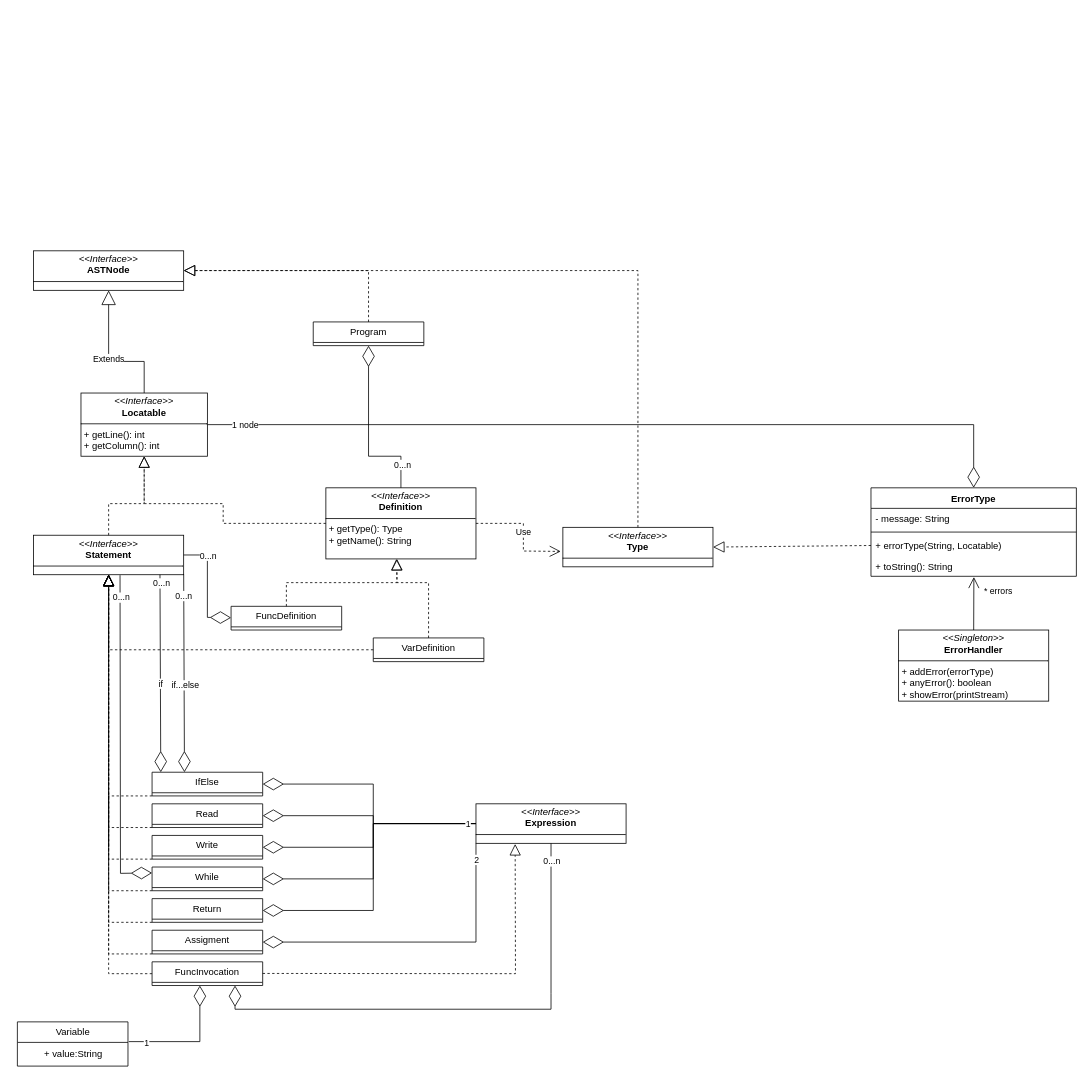
Earlier version of the draw.io diagram uml/Statements.drawio (MGP-71/DLP_UO277574_2024-25). Source tidied: cells renumbered, new cells numbered last; positions are measured from the earlier drawing's top-left corner, leaving out a move shared by most shapes. Both pictures are drawn from the tidied source at 79%, with x=0, y=0 at pixel (17, 250).
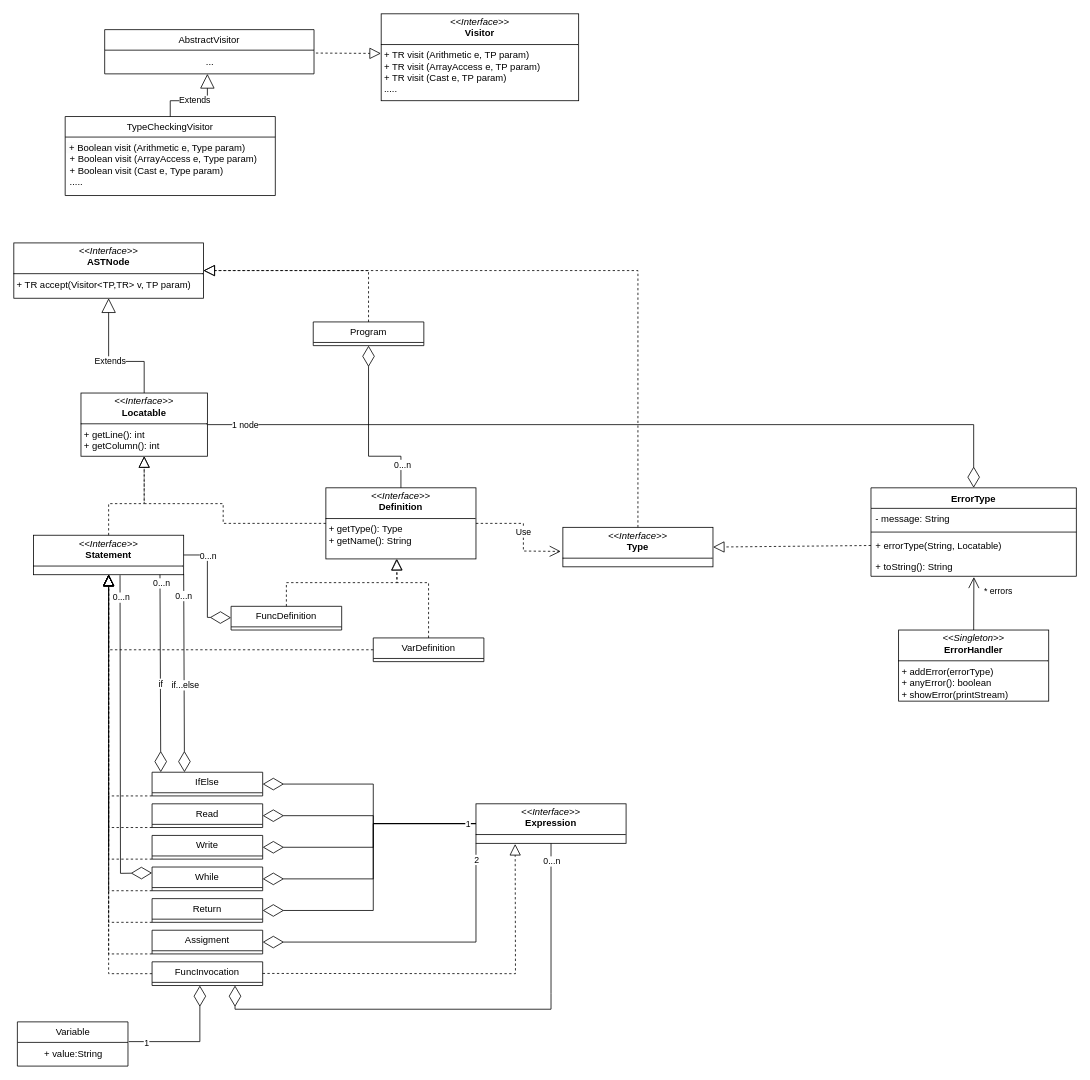
After the change.

What changed in the source:
```diff
@@
-    <mxCell id="2" value="&lt;p style=&quot;margin:0px;margin-top:4px;text-align:center;&quot;&gt;&lt;i&gt;&amp;lt;&amp;lt;Interface&amp;gt;&amp;gt;&lt;/i&gt;&lt;br&gt;&lt;b&gt;ASTNode&lt;/b&gt;&lt;/p&gt;&lt;hr size=&quot;1&quot; style=&quot;border-style:solid;&quot;&gt;&lt;p style=&quot;margin:0px;margin-left:4px;&quot;&gt;&lt;br&gt;&lt;/p&gt;" style="verticalAlign=top;align=left;overflow=fill;html=1;whiteSpace=wrap;" parent="1" vertex="1">
-      <mxGeometry x="20" width="190" height="50" as="geometry" />
+    <mxCell id="2" value="&lt;p style=&quot;margin:0px;margin-top:4px;text-align:center;&quot;&gt;&lt;i&gt;&amp;lt;&amp;lt;Interface&amp;gt;&amp;gt;&lt;/i&gt;&lt;br&gt;&lt;b&gt;ASTNode&lt;/b&gt;&lt;/p&gt;&lt;hr size=&quot;1&quot; style=&quot;border-style:solid;&quot;&gt;&lt;p style=&quot;margin:0px;margin-left:4px;&quot;&gt;+ TR accept(Visitor&amp;lt;TP,TR&amp;gt; v, TP param)&lt;/p&gt;" style="verticalAlign=top;align=left;overflow=fill;html=1;whiteSpace=wrap;" parent="1" vertex="1">
+      <mxGeometry x="-5" y="-10" width="240" height="70" as="geometry" />
     </mxCell>
@@
+    <mxCell id="73" value="&lt;p style=&quot;margin:0px;margin-top:4px;text-align:center;&quot;&gt;&lt;i&gt;&amp;lt;&amp;lt;Interface&amp;gt;&amp;gt;&lt;/i&gt;&lt;br&gt;&lt;b&gt;Visitor&lt;/b&gt;&lt;/p&gt;&lt;hr size=&quot;1&quot; style=&quot;border-style:solid;&quot;&gt;&lt;p style=&quot;margin:0px;margin-left:4px;&quot;&gt;+ TR visit (Arithmetic e, TP param&lt;span style=&quot;background-color: transparent; color: light-dark(rgb(0, 0, 0), rgb(255, 255, 255));&quot;&gt;)&lt;/span&gt;&lt;/p&gt;&lt;p style=&quot;margin:0px;margin-left:4px;&quot;&gt;+ TR visit (ArrayAccess e, TP param&lt;span style=&quot;color: light-dark(rgb(0, 0, 0), rgb(255, 255, 255)); background-color: transparent;&quot;&gt;)&lt;/span&gt;&lt;span style=&quot;background-color: transparent; color: light-dark(rgb(0, 0, 0), rgb(255, 255, 255));&quot;&gt;&lt;/span&gt;&lt;/p&gt;&lt;p style=&quot;margin:0px;margin-left:4px;&quot;&gt;+ TR visit (Cast e, TP param&lt;span style=&quot;color: light-dark(rgb(0, 0, 0), rgb(255, 255, 255)); background-color: transparent;&quot;&gt;)&lt;/span&gt;&lt;/p&gt;&lt;p style=&quot;margin:0px;margin-left:4px;&quot;&gt;&lt;span style=&quot;color: light-dark(rgb(0, 0, 0), rgb(255, 255, 255)); background-color: transparent;&quot;&gt;.....&lt;/span&gt;&lt;/p&gt;" style="verticalAlign=top;align=left;overflow=fill;html=1;whiteSpace=wrap;" parent="1" vertex="1">
+      <mxGeometry x="460" y="-300" width="250" height="110" as="geometry" />
+    </mxCell>
+    <mxCell id="74" style="endArrow=block;dashed=1;endFill=0;endSize=12;html=1;rounded=0;exitX=1.009;exitY=0.122;exitDx=0;exitDy=0;exitPerimeter=0;entryX=-0.001;entryY=0.456;entryDx=0;entryDy=0;entryPerimeter=0;" parent="1" edge="1" source="76" target="73">
+      <mxGeometry relative="1" as="geometry" />
+    </mxCell>
+    <mxCell id="75" value="AbstractVisitor" style="swimlane;fontStyle=0;horizontal=1;startSize=26;fillColor=none;whiteSpace=wrap;html=1;" parent="1" vertex="1">
+      <mxGeometry x="110" y="-280" width="265" height="56" as="geometry" />
+    </mxCell>
+    <mxCell id="76" value="..." style="text;html=1;align=center;verticalAlign=middle;points=[];strokeColor=none;fillColor=none;" parent="75" vertex="1">
+      <mxGeometry y="26" width="265" height="30" as="geometry" />
+    </mxCell>
+    <mxCell id="77" value="TypeCheckingVisitor" style="swimlane;fontStyle=0;horizontal=1;startSize=26;fillColor=none;whiteSpace=wrap;html=1;" parent="1" vertex="1">
+      <mxGeometry x="60" y="-170" width="266" height="100" as="geometry" />
+    </mxCell>
+    <mxCell id="78" value="&lt;span style=&quot;color: rgb(0, 0, 0); font-family: Helvetica; font-size: 12px; font-style: normal; font-variant-ligatures: normal; font-variant-caps: normal; font-weight: 400; letter-spacing: normal; orphans: 2; text-align: center; text-indent: 0px; text-transform: none; widows: 2; word-spacing: 0px; -webkit-text-stroke-width: 0px; white-space: nowrap; background-color: rgb(251, 251, 251); text-decoration-thickness: initial; text-decoration-style: initial; text-decoration-color: initial; display: inline !important; float: none;&quot;&gt;&amp;nbsp;+ Boolean visit (Arithmetic e, Type param&lt;/span&gt;&lt;span style=&quot;forced-color-adjust: none; color: light-dark(rgb(0, 0, 0), rgb(255, 255, 255)); font-family: Helvetica; font-size: 12px; font-style: normal; font-variant-ligatures: normal; font-variant-caps: normal; font-weight: 400; letter-spacing: normal; orphans: 2; text-align: center; text-indent: 0px; text-transform: none; widows: 2; word-spacing: 0px; -webkit-text-stroke-width: 0px; white-space: nowrap; background-color: transparent; text-decoration-thickness: initial; text-decoration-style: initial; text-decoration-color: initial;&quot;&gt;)&lt;/span&gt;&lt;div&gt;&lt;span style=&quot;forced-color-adjust: none; color: light-dark(rgb(0, 0, 0), rgb(255, 255, 255)); font-family: Helvetica; font-size: 12px; font-style: normal; font-variant-ligatures: normal; font-variant-caps: normal; font-weight: 400; letter-spacing: normal; orphans: 2; text-align: center; text-indent: 0px; text-transform: none; widows: 2; word-spacing: 0px; -webkit-text-stroke-width: 0px; white-space: nowrap; background-color: transparent; text-decoration-thickness: initial; text-decoration-style: initial; text-decoration-color: initial;&quot;&gt;&lt;p style=&quot;text-align: left; text-wrap-mode: wrap; margin: 0px 0px 0px 4px;&quot;&gt;+&amp;nbsp;&lt;span style=&quot;text-align: center; text-wrap-mode: nowrap;&quot;&gt;Boolean&amp;nbsp;&lt;/span&gt;visit (ArrayAccess e,&amp;nbsp;&lt;span style=&quot;text-align: center; text-wrap-mode: nowrap;&quot;&gt;Type&amp;nbsp;&lt;/span&gt;param&lt;span style=&quot;color: light-dark(rgb(0, 0, 0), rgb(255, 255, 255)); background-color: transparent;&quot;&gt;)&lt;/span&gt;&lt;span style=&quot;background-color: transparent; color: light-dark(rgb(0, 0, 0), rgb(255, 255, 255));&quot;&gt;&lt;/span&gt;&lt;/p&gt;&lt;p style=&quot;text-align: left; text-wrap-mode: wrap; margin: 0px 0px 0px 4px;&quot;&gt;+&amp;nbsp;&lt;span style=&quot;text-align: center; text-wrap-mode: nowrap;&quot;&gt;Boolean&amp;nbsp;&lt;/span&gt;visit (Cast e,&amp;nbsp;&lt;span style=&quot;text-align: center; text-wrap-mode: nowrap;&quot;&gt;Type&amp;nbsp;&lt;/span&gt;param&lt;span style=&quot;color: light-dark(rgb(0, 0, 0), rgb(255, 255, 255)); background-color: transparent;&quot;&gt;)&lt;/span&gt;&lt;/p&gt;&lt;p style=&quot;text-align: left; text-wrap-mode: wrap; margin: 0px 0px 0px 4px;&quot;&gt;&lt;span style=&quot;color: light-dark(rgb(0, 0, 0), rgb(255, 255, 255)); background-color: transparent;&quot;&gt;.....&lt;/span&gt;&lt;/p&gt;&lt;/span&gt;&lt;/div&gt;" style="text;whiteSpace=wrap;html=1;" parent="77" vertex="1">
+      <mxGeometry y="26" width="266" height="74" as="geometry" />
+    </mxCell>
+    <mxCell id="79" value="Extends" style="endArrow=block;endSize=16;endFill=0;html=1;rounded=0;entryX=0.5;entryY=1;entryDx=0;entryDy=0;exitX=0.5;exitY=0;exitDx=0;exitDy=0;" parent="1" edge="1" source="77">
+      <mxGeometry relative="1" as="geometry">
+        <mxPoint x="240" y="-224" as="targetPoint" />
+        <Array as="points">
+          <mxPoint x="193" y="-190" />
+          <mxPoint x="240" y="-190" />
+        </Array>
+      </mxGeometry>
+    </mxCell>
```
